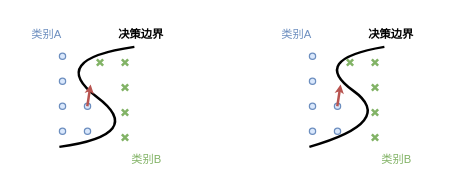
Earlier version of the draw.io diagram 毕业论文1-1.drawio (weyg0/Diagrams). Source tidied: cells renumbered, new cells numbered last; positions are measured from the earlier drawing's top-left corner, leaving out a move shared by most shapes. Both pictures are drawn from the tidied source at 125%, with x=0, y=0 at pixel (21, 21).
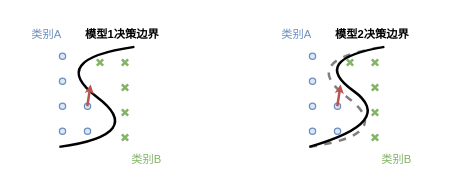
After the change.

Commit message (it also covers changes not shown here):
更新毕业论文1-1.drawio

The edit, as a diff of the source:
```diff
@@
+    <mxCell id="36" style="curved=1;endArrow=none;html=1;rounded=0;strokeWidth=2;startFill=0;dashed=1;opacity=50;" parent="1" edge="1">
+      <mxGeometry relative="1" as="geometry">
+        <mxPoint x="230" y="100" as="sourcePoint" />
+        <mxPoint x="290" y="20" as="targetPoint" />
+        <Array as="points">
+          <mxPoint x="300" y="90" />
+          <mxPoint x="220" y="30" />
+        </Array>
+      </mxGeometry>
+    </mxCell>
+    <mxCell id="35" style="rounded=0;whiteSpace=wrap;html=1;fillColor=none;strokeColor=none;" parent="1" vertex="1">
+      <mxGeometry x="200" width="120" height="120" as="geometry" />
+    </mxCell>
@@
-    <mxCell id="18" value="决策边界" style="text;html=1;align=center;verticalAlign=middle;strokeColor=none;fillColor=none;fontSize=9;fontStyle=1;" parent="1" vertex="1">
-      <mxGeometry x="65" width="60" height="20" as="geometry" />
+    <mxCell id="18" value="模型1决策边界" style="text;html=1;align=center;verticalAlign=middle;strokeColor=none;fillColor=none;fontSize=9;fontStyle=1;" parent="1" vertex="1">
+      <mxGeometry x="40" width="80" height="20" as="geometry" />
     </mxCell>
@@
-    <mxCell id="34" value="决策边界" style="text;html=1;align=center;verticalAlign=middle;strokeColor=none;fillColor=none;fontSize=9;fontStyle=1;" parent="1" vertex="1">
-      <mxGeometry x="265" width="60" height="20" as="geometry" />
+    <mxCell id="34" value="模型2决策边界" style="text;html=1;align=center;verticalAlign=middle;strokeColor=none;fillColor=none;fontSize=9;fontStyle=1;" parent="1" vertex="1">
+      <mxGeometry x="240" width="80" height="20" as="geometry" />
     </mxCell>
-    <mxCell id="35" style="rounded=0;whiteSpace=wrap;html=1;fillColor=none;strokeColor=none;" parent="1" vertex="1">
-      <mxGeometry x="200" width="120" height="120" as="geometry" />
-    </mxCell>
```
